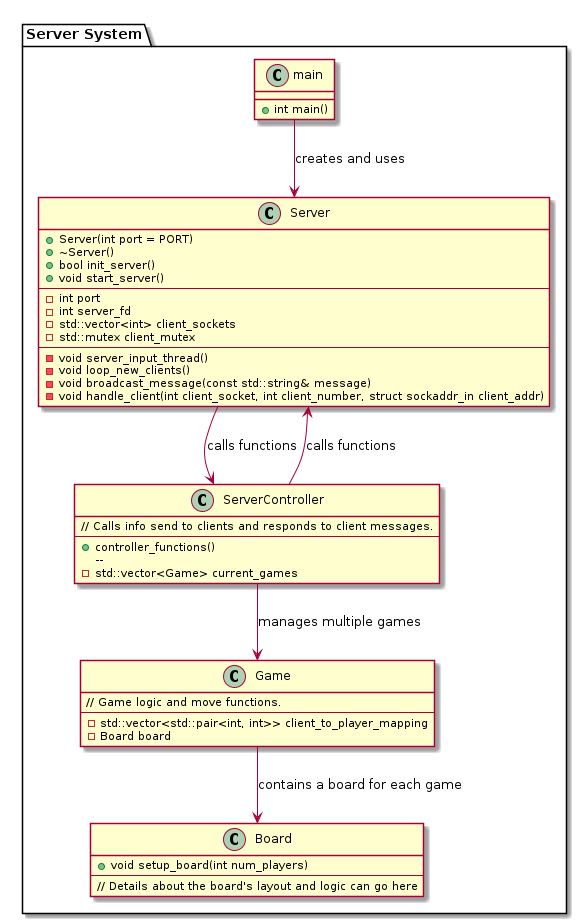
The PlantUML diagram uml/system.png in pingponghero12/Chinese-Checkers, before a commit. Its source is kept beside it as uml/system.puml. The source it was exported from:
```plantuml
@startuml
!define STYLE bold

package "Server System" {
    class main {
        + int main()
    }

    class Server {
        + Server(int port = PORT)
        + ~Server()
        + bool init_server()
        + void start_server()
        --
        - int port
        - int server_fd
        - std::vector<int> client_sockets
        - std::mutex client_mutex
        --
        - void server_input_thread()
        - void loop_new_clients()
        - void broadcast_message(const std::string& message)
        - void handle_client(int client_socket, int client_number, struct sockaddr_in client_addr)
    }

    class ServerController {
    	// Calls info send to clients and responds to client messages.
	--
        + controller_functions()
        --
        - std::vector<Game> current_games
    }

    class Game {
        // Game logic and move functions.
        --
        - std::vector<std::pair<int, int>> client_to_player_mapping
        - Board board
    }

    class Board {
        + void setup_board(int num_players)
        --
        // Details about the board's layout and logic can go here
    }
}

main --> Server : creates and uses
Server --> ServerController : calls functions
ServerController --> Server : calls functions
ServerController --> Game : manages multiple games
Game --> Board : contains a board for each game
@enduml
```
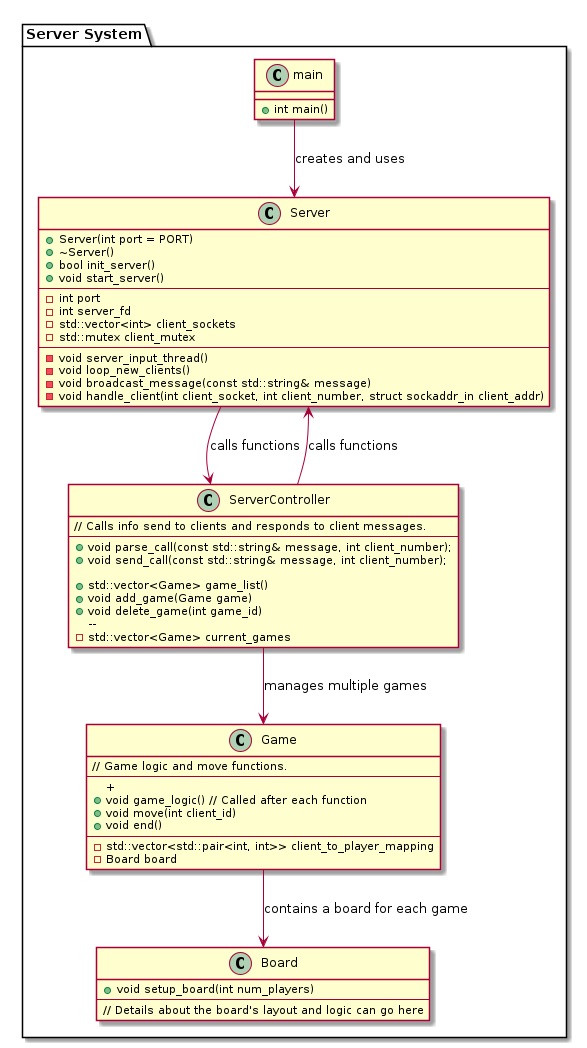
After the change.

Commit message:
Updated UML of Server

Diff of the diagram source:
```diff
@@ -26,13 +26,23 @@
     class ServerController {
     	// Calls info send to clients and responds to client messages.
 	--
-        + controller_functions()
+	+ void parse_call(const std::string& message, int client_number);
+	+ void send_call(const std::string& message, int client_number);
+
+	+ std::vector<Game> game_list()
+	+ void add_game(Game game)
+	+ void delete_game(int game_id)
         --
         - std::vector<Game> current_games
     }
 
     class Game {
         // Game logic and move functions.
+	--
+	+
+	+ void game_logic() // Called after each function
+	+ void move(int client_id)
+	+ void end()
         --
         - std::vector<std::pair<int, int>> client_to_player_mapping
         - Board board
```
